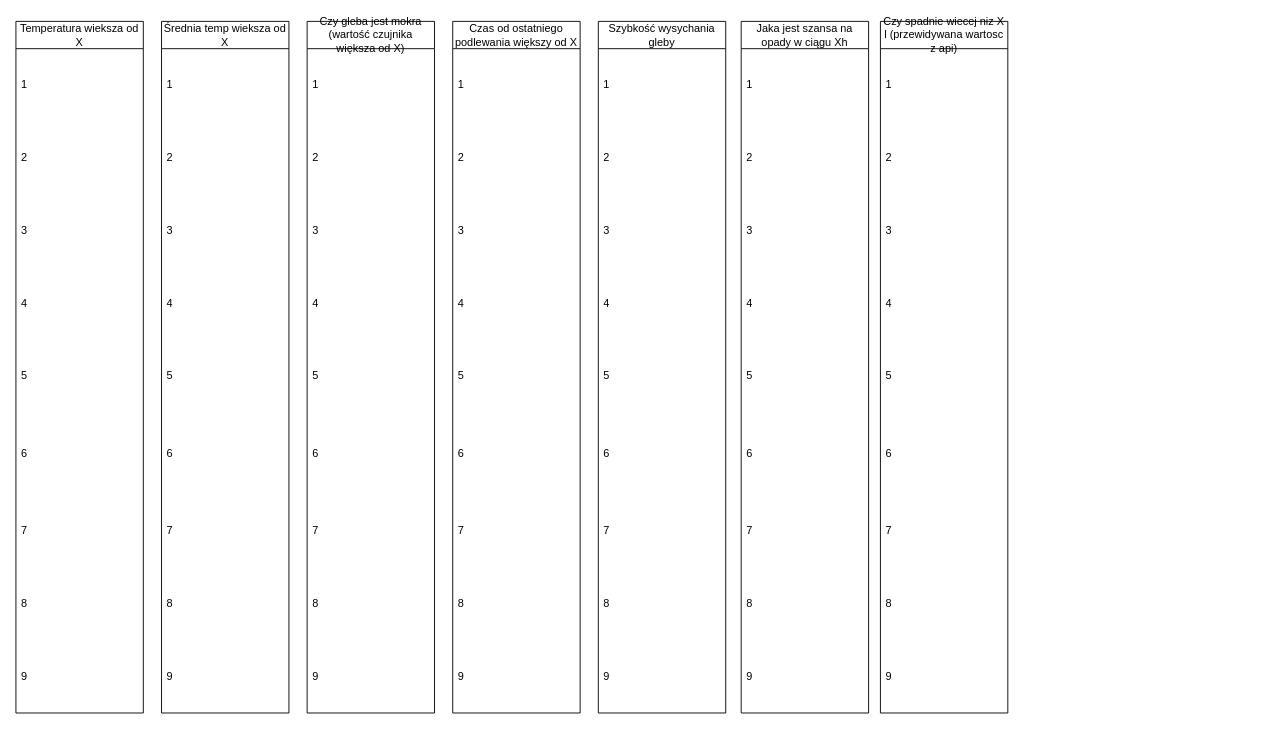
The draw.io diagram page "tabela" (2 of 5) of conditional-probability.drawio in damiantomczyszyn/Irrigation-System, before the edit. Source tidied: cells renumbered, new cells numbered last; positions are measured from the earlier drawing's top-left corner, leaving out a move shared by most shapes. Both pictures are drawn from the tidied source at 91%, with x=0, y=0 at pixel (15, 21).
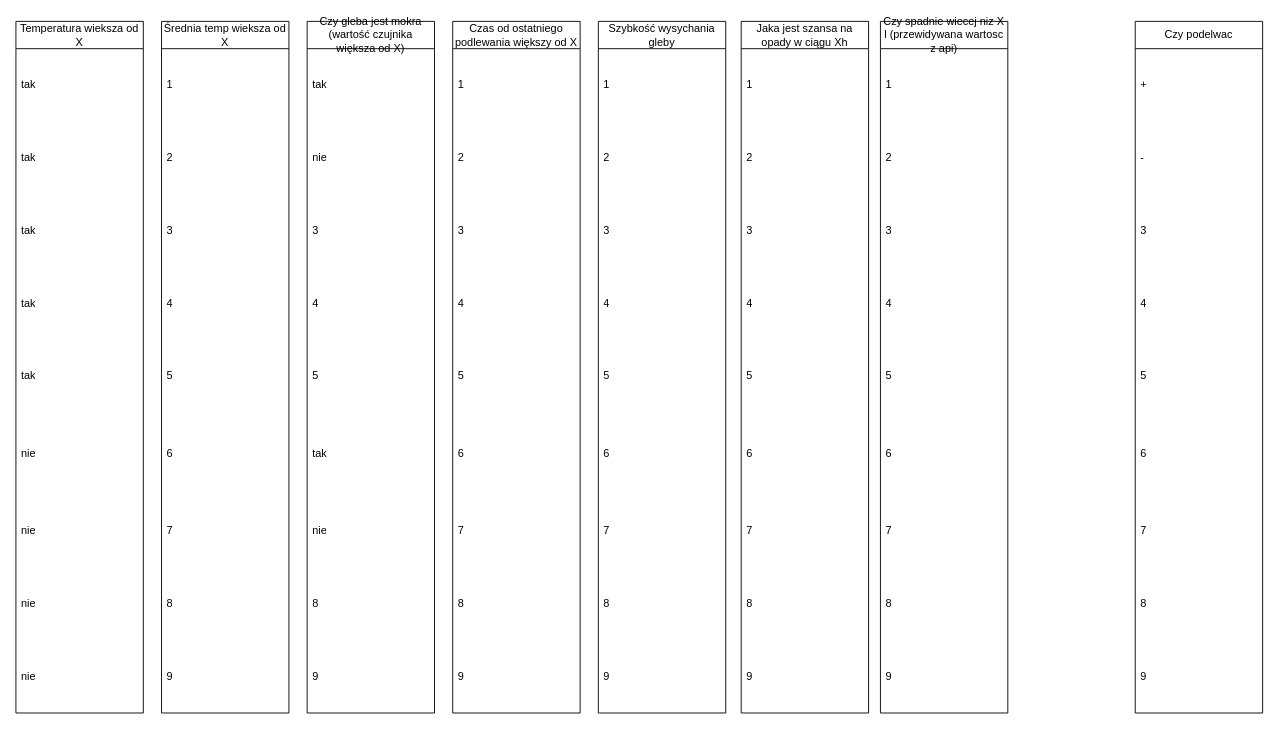
The same diagram, later.

Unchanged cells that the change refers to:
```xml
<mxCell id="2" value="Temperatura wieksza od X" style="swimlane;fontStyle=0;horizontal=1;startSize=30;whiteSpace=wrap;html=1;" parent="1" vertex="1">
  <mxGeometry width="140" height="760" as="geometry" />
</mxCell>
<mxCell id="22" value="Czy gleba jest mokra (wartość czujnika większa od X)" style="swimlane;fontStyle=0;horizontal=1;startSize=30;whiteSpace=wrap;html=1;" parent="1" vertex="1">
  <mxGeometry x="320" width="140" height="760" as="geometry" />
</mxCell>
```

Diff of the diagram source:
```diff
@@
-    <mxCell id="3" value="1" style="text;strokeColor=none;fillColor=none;align=left;verticalAlign=middle;spacingLeft=4;spacingRight=4;overflow=hidden;whiteSpace=wrap;html=1;" parent="2" vertex="1">
+    <mxCell id="3" value="tak" style="text;strokeColor=none;fillColor=none;align=left;verticalAlign=middle;spacingLeft=4;spacingRight=4;overflow=hidden;whiteSpace=wrap;html=1;" parent="2" vertex="1">
       <mxGeometry y="30" width="140" height="80" as="geometry" />
     </mxCell>
-    <mxCell id="4" value="2" style="text;strokeColor=none;fillColor=none;align=left;verticalAlign=middle;spacingLeft=4;spacingRight=4;overflow=hidden;whiteSpace=wrap;html=1;" parent="2" vertex="1">
+    <mxCell id="4" value="tak" style="text;strokeColor=none;fillColor=none;align=left;verticalAlign=middle;spacingLeft=4;spacingRight=4;overflow=hidden;whiteSpace=wrap;html=1;" parent="2" vertex="1">
       <mxGeometry y="110" width="140" height="80" as="geometry" />
     </mxCell>
-    <mxCell id="5" value="3" style="text;strokeColor=none;fillColor=none;align=left;verticalAlign=middle;spacingLeft=4;spacingRight=4;overflow=hidden;whiteSpace=wrap;html=1;" parent="2" vertex="1">
+    <mxCell id="5" value="tak" style="text;strokeColor=none;fillColor=none;align=left;verticalAlign=middle;spacingLeft=4;spacingRight=4;overflow=hidden;whiteSpace=wrap;html=1;" parent="2" vertex="1">
       <mxGeometry y="190" width="140" height="80" as="geometry" />
     </mxCell>
-    <mxCell id="6" value="4" style="text;strokeColor=none;fillColor=none;align=left;verticalAlign=middle;spacingLeft=4;spacingRight=4;overflow=hidden;whiteSpace=wrap;html=1;" parent="2" vertex="1">
+    <mxCell id="6" value="tak" style="text;strokeColor=none;fillColor=none;align=left;verticalAlign=middle;spacingLeft=4;spacingRight=4;overflow=hidden;whiteSpace=wrap;html=1;" parent="2" vertex="1">
       <mxGeometry y="270" width="140" height="80" as="geometry" />
     </mxCell>
-    <mxCell id="7" value="5" style="text;strokeColor=none;fillColor=none;align=left;verticalAlign=middle;spacingLeft=4;spacingRight=4;overflow=hidden;whiteSpace=wrap;html=1;" parent="2" vertex="1">
+    <mxCell id="7" value="tak" style="text;strokeColor=none;fillColor=none;align=left;verticalAlign=middle;spacingLeft=4;spacingRight=4;overflow=hidden;whiteSpace=wrap;html=1;" parent="2" vertex="1">
       <mxGeometry y="350" width="140" height="80" as="geometry" />
     </mxCell>
-    <mxCell id="8" value="6" style="text;strokeColor=none;fillColor=none;align=left;verticalAlign=middle;spacingLeft=4;spacingRight=4;overflow=hidden;whiteSpace=wrap;html=1;" parent="2" vertex="1">
+    <mxCell id="8" value="nie" style="text;strokeColor=none;fillColor=none;align=left;verticalAlign=middle;spacingLeft=4;spacingRight=4;overflow=hidden;whiteSpace=wrap;html=1;" parent="2" vertex="1">
       <mxGeometry y="430" width="140" height="90" as="geometry" />
     </mxCell>
-    <mxCell id="9" value="7" style="text;strokeColor=none;fillColor=none;align=left;verticalAlign=middle;spacingLeft=4;spacingRight=4;overflow=hidden;whiteSpace=wrap;html=1;" parent="2" vertex="1">
+    <mxCell id="9" value="nie" style="text;strokeColor=none;fillColor=none;align=left;verticalAlign=middle;spacingLeft=4;spacingRight=4;overflow=hidden;whiteSpace=wrap;html=1;" parent="2" vertex="1">
       <mxGeometry y="520" width="140" height="80" as="geometry" />
     </mxCell>
-    <mxCell id="10" value="8" style="text;strokeColor=none;fillColor=none;align=left;verticalAlign=middle;spacingLeft=4;spacingRight=4;overflow=hidden;whiteSpace=wrap;html=1;" parent="2" vertex="1">
+    <mxCell id="10" value="nie" style="text;strokeColor=none;fillColor=none;align=left;verticalAlign=middle;spacingLeft=4;spacingRight=4;overflow=hidden;whiteSpace=wrap;html=1;" parent="2" vertex="1">
       <mxGeometry y="600" width="140" height="80" as="geometry" />
     </mxCell>
-    <mxCell id="11" value="9" style="text;strokeColor=none;fillColor=none;align=left;verticalAlign=middle;spacingLeft=4;spacingRight=4;overflow=hidden;whiteSpace=wrap;html=1;" parent="2" vertex="1">
+    <mxCell id="11" value="nie" style="text;strokeColor=none;fillColor=none;align=left;verticalAlign=middle;spacingLeft=4;spacingRight=4;overflow=hidden;whiteSpace=wrap;html=1;" parent="2" vertex="1">
       <mxGeometry y="680" width="140" height="80" as="geometry" />
     </mxCell>
@@
-    <mxCell id="23" value="1" style="text;strokeColor=none;fillColor=none;align=left;verticalAlign=middle;spacingLeft=4;spacingRight=4;overflow=hidden;whiteSpace=wrap;html=1;" parent="22" vertex="1">
+    <mxCell id="23" value="tak" style="text;strokeColor=none;fillColor=none;align=left;verticalAlign=middle;spacingLeft=4;spacingRight=4;overflow=hidden;whiteSpace=wrap;html=1;" parent="22" vertex="1">
       <mxGeometry y="30" width="140" height="80" as="geometry" />
     </mxCell>
-    <mxCell id="24" value="2" style="text;strokeColor=none;fillColor=none;align=left;verticalAlign=middle;spacingLeft=4;spacingRight=4;overflow=hidden;whiteSpace=wrap;html=1;" parent="22" vertex="1">
+    <mxCell id="24" value="nie" style="text;strokeColor=none;fillColor=none;align=left;verticalAlign=middle;spacingLeft=4;spacingRight=4;overflow=hidden;whiteSpace=wrap;html=1;" parent="22" vertex="1">
       <mxGeometry y="110" width="140" height="80" as="geometry" />
     </mxCell>
@@
-    <mxCell id="28" value="6" style="text;strokeColor=none;fillColor=none;align=left;verticalAlign=middle;spacingLeft=4;spacingRight=4;overflow=hidden;whiteSpace=wrap;html=1;" parent="22" vertex="1">
+    <mxCell id="28" value="tak" style="text;strokeColor=none;fillColor=none;align=left;verticalAlign=middle;spacingLeft=4;spacingRight=4;overflow=hidden;whiteSpace=wrap;html=1;" parent="22" vertex="1">
       <mxGeometry y="430" width="140" height="90" as="geometry" />
     </mxCell>
-    <mxCell id="29" value="7" style="text;strokeColor=none;fillColor=none;align=left;verticalAlign=middle;spacingLeft=4;spacingRight=4;overflow=hidden;whiteSpace=wrap;html=1;" parent="22" vertex="1">
+    <mxCell id="29" value="nie" style="text;strokeColor=none;fillColor=none;align=left;verticalAlign=middle;spacingLeft=4;spacingRight=4;overflow=hidden;whiteSpace=wrap;html=1;" parent="22" vertex="1">
       <mxGeometry y="520" width="140" height="80" as="geometry" />
     </mxCell>
@@
-    <mxCell id="52" value="Czy spadnie wiecej niz X l (przewidywana wartosc z api)" style="swimlane;fontStyle=0;horizontal=1;startSize=30;whiteSpace=wrap;html=1;" parent="1" vertex="1">
+    <mxCell id="52" value="Czy spadnie wiecej niz X l (przewidywana wartosc z api)" style="swimlane;fontStyle=0;horizontal=1;startSize=30;whiteSpace=wrap;html=1;spacingTop=0;" parent="1" vertex="1">
       <mxGeometry x="950" width="140" height="760" as="geometry" />
     </mxCell>
@@
+    <mxCell id="72" value="Czy podelwac" style="swimlane;fontStyle=0;horizontal=1;startSize=30;whiteSpace=wrap;html=1;" parent="1" vertex="1">
+      <mxGeometry x="1230" width="140" height="760" as="geometry" />
+    </mxCell>
+    <mxCell id="73" value="+" style="text;strokeColor=none;fillColor=none;align=left;verticalAlign=middle;spacingLeft=4;spacingRight=4;overflow=hidden;whiteSpace=wrap;html=1;" parent="72" vertex="1">
+      <mxGeometry y="30" width="140" height="80" as="geometry" />
+    </mxCell>
+    <mxCell id="74" value="-" style="text;strokeColor=none;fillColor=none;align=left;verticalAlign=middle;spacingLeft=4;spacingRight=4;overflow=hidden;whiteSpace=wrap;html=1;" parent="72" vertex="1">
+      <mxGeometry y="110" width="140" height="80" as="geometry" />
+    </mxCell>
+    <mxCell id="75" value="3" style="text;strokeColor=none;fillColor=none;align=left;verticalAlign=middle;spacingLeft=4;spacingRight=4;overflow=hidden;whiteSpace=wrap;html=1;" parent="72" vertex="1">
+      <mxGeometry y="190" width="140" height="80" as="geometry" />
+    </mxCell>
+    <mxCell id="76" value="4" style="text;strokeColor=none;fillColor=none;align=left;verticalAlign=middle;spacingLeft=4;spacingRight=4;overflow=hidden;whiteSpace=wrap;html=1;" parent="72" vertex="1">
+      <mxGeometry y="270" width="140" height="80" as="geometry" />
+    </mxCell>
+    <mxCell id="77" value="5" style="text;strokeColor=none;fillColor=none;align=left;verticalAlign=middle;spacingLeft=4;spacingRight=4;overflow=hidden;whiteSpace=wrap;html=1;" parent="72" vertex="1">
+      <mxGeometry y="350" width="140" height="80" as="geometry" />
+    </mxCell>
+    <mxCell id="78" value="6" style="text;strokeColor=none;fillColor=none;align=left;verticalAlign=middle;spacingLeft=4;spacingRight=4;overflow=hidden;whiteSpace=wrap;html=1;" parent="72" vertex="1">
+      <mxGeometry y="430" width="140" height="90" as="geometry" />
+    </mxCell>
+    <mxCell id="79" value="7" style="text;strokeColor=none;fillColor=none;align=left;verticalAlign=middle;spacingLeft=4;spacingRight=4;overflow=hidden;whiteSpace=wrap;html=1;" parent="72" vertex="1">
+      <mxGeometry y="520" width="140" height="80" as="geometry" />
+    </mxCell>
+    <mxCell id="80" value="8" style="text;strokeColor=none;fillColor=none;align=left;verticalAlign=middle;spacingLeft=4;spacingRight=4;overflow=hidden;whiteSpace=wrap;html=1;" parent="72" vertex="1">
+      <mxGeometry y="600" width="140" height="80" as="geometry" />
+    </mxCell>
+    <mxCell id="81" value="9" style="text;strokeColor=none;fillColor=none;align=left;verticalAlign=middle;spacingLeft=4;spacingRight=4;overflow=hidden;whiteSpace=wrap;html=1;" parent="72" vertex="1">
+      <mxGeometry y="680" width="140" height="80" as="geometry" />
+    </mxCell>
```
